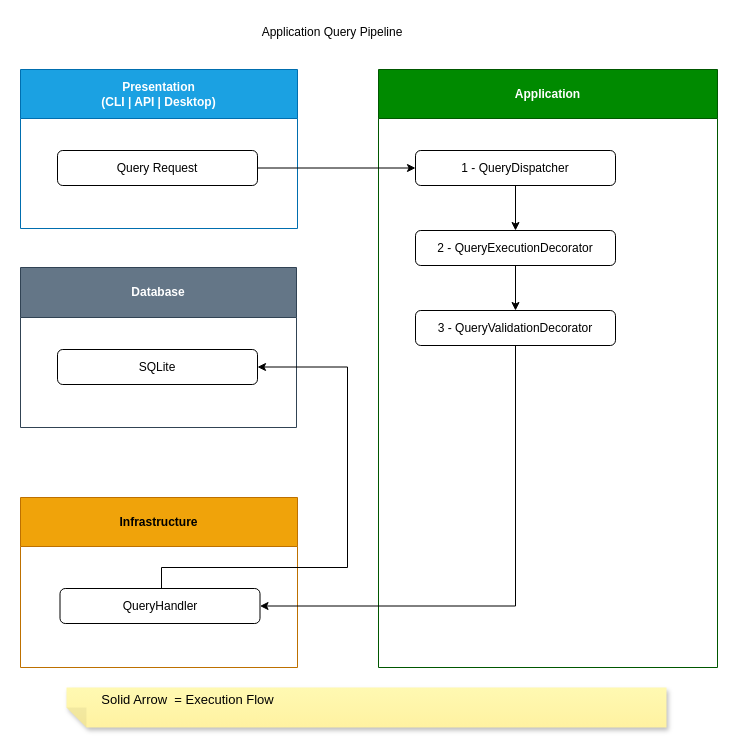
sergio-lopes-developer/whoami keeps this draw.io diagram as docs/application/application-query-pipeline.drawio. Above is the earlier version. Source tidied: cells renumbered, new cells numbered last; positions are measured from the earlier drawing's top-left corner, leaving out a move shared by most shapes. Both pictures are drawn from the tidied source at 100%, with x=0, y=0 at pixel (20, 17).
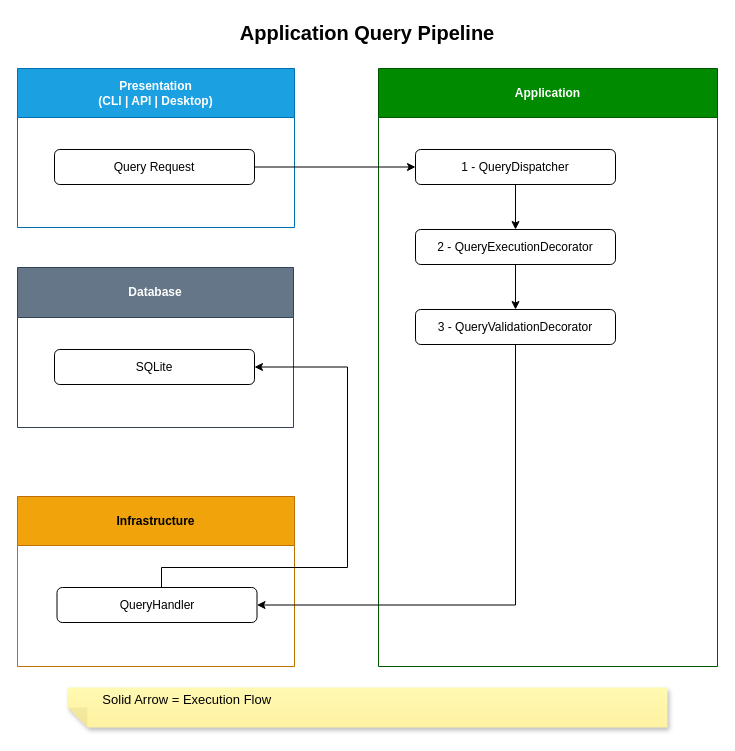
The same diagram, later.

Commit message (it also covers changes not shown here):
docs: fix diagram colors for GitHub dark mode

Diff of the diagram source:
```diff
@@
-    <mxCell id="2" value="Presentation&#10;(CLI | API | Desktop)" style="swimlane;whiteSpace=wrap;html=1;startSize=49;fillColor=#1ba1e2;strokeColor=#006EAF;fontColor=#ffffff;swimlaneFillColor=none;gradientColor=none;" parent="1" vertex="1">
-      <mxGeometry y="52" width="277" height="159" as="geometry" />
+    <mxCell id="2" value="Presentation&#10;(CLI | API | Desktop)" style="swimlane;whiteSpace=wrap;html=1;startSize=49;fillColor=#1ba1e2;strokeColor=#006EAF;fontColor=#ffffff;swimlaneFillColor=default;gradientColor=none;" parent="1" vertex="1">
+      <mxGeometry x="-3" y="51" width="277" height="159" as="geometry" />
     </mxCell>
@@
-    <mxCell id="4" value="&lt;div&gt;Application&lt;/div&gt;" style="swimlane;whiteSpace=wrap;html=1;startSize=49;fillColor=#008a00;strokeColor=#005700;fontColor=#ffffff;swimlaneFillColor=none;gradientColor=none;" parent="1" vertex="1">
-      <mxGeometry x="358" y="52" width="339" height="598" as="geometry" />
+    <mxCell id="4" value="&lt;div&gt;Application&lt;/div&gt;" style="swimlane;whiteSpace=wrap;html=1;startSize=49;fillColor=#008a00;strokeColor=#005700;fontColor=#ffffff;swimlaneFillColor=default;gradientColor=none;" parent="1" vertex="1">
+      <mxGeometry x="358" y="51" width="339" height="598" as="geometry" />
     </mxCell>
@@
-    <mxCell id="10" value="&lt;div&gt;Infrastructure&lt;/div&gt;" style="swimlane;whiteSpace=wrap;html=1;startSize=49;fillColor=#f0a30a;strokeColor=#BD7000;fontColor=#000000;swimlaneFillColor=none;" parent="1" vertex="1">
-      <mxGeometry y="480" width="277" height="170" as="geometry" />
+    <mxCell id="10" value="&lt;div&gt;Infrastructure&lt;/div&gt;" style="swimlane;whiteSpace=wrap;html=1;startSize=49;fillColor=#f0a30a;strokeColor=#BD7000;fontColor=#000000;swimlaneFillColor=default;" parent="1" vertex="1">
+      <mxGeometry x="-3" y="479" width="277" height="170" as="geometry" />
     </mxCell>
@@
-    <mxCell id="13" value="Application Query Pipeline" style="text;html=1;whiteSpace=wrap;strokeColor=none;fillColor=none;align=center;verticalAlign=middle;rounded=0;gradientColor=none;" parent="1" vertex="1">
-      <mxGeometry x="196" width="232" height="30" as="geometry" />
+    <mxCell id="13" value="Application Query Pipeline" style="text;html=1;whiteSpace=wrap;strokeColor=none;fillColor=none;align=center;verticalAlign=middle;rounded=0;gradientColor=none;fontSize=20;fontStyle=1;" parent="1" vertex="1">
+      <mxGeometry x="-3" width="700" height="30" as="geometry" />
     </mxCell>
-    <mxCell id="14" value="Database" style="swimlane;whiteSpace=wrap;html=1;fillColor=#647687;strokeColor=#314354;startSize=50;fontColor=#ffffff;swimlaneFillColor=none;gradientColor=none;" parent="1" vertex="1">
-      <mxGeometry y="250" width="276" height="160" as="geometry" />
+    <mxCell id="14" value="Database" style="swimlane;whiteSpace=wrap;html=1;fillColor=#647687;strokeColor=#314354;startSize=50;fontColor=#ffffff;swimlaneFillColor=default;gradientColor=none;" parent="1" vertex="1">
+      <mxGeometry x="-3" y="250" width="276" height="160" as="geometry" />
     </mxCell>
@@
-    <mxCell id="17" value="&lt;div style=&quot;&quot;&gt;&lt;span style=&quot;color: rgb(255, 255, 255); font-size: 12px; background-color: transparent;&quot;&gt;&amp;nbsp; &amp;nbsp; &amp;nbsp; &amp;nbsp; &amp;nbsp;&lt;/span&gt;&lt;span style=&quot;color: rgb(255, 255, 255); font-size: 12px; background-color: transparent;&quot;&gt;&amp;nbsp;&lt;/span&gt;&lt;span style=&quot;background-color: transparent; color: light-dark(rgb(0, 0, 0), rgb(237, 237, 237));&quot;&gt;Solid Arrow&amp;nbsp; = Execution Flow&lt;/span&gt;&lt;/div&gt;&lt;div style=&quot;&quot;&gt;&lt;br&gt;&lt;/div&gt;" style="shape=note;whiteSpace=wrap;html=1;backgroundOutline=1;autosizeText=1;fontColor=#000000;darkOpacity=0.05;fillColor=#FFF9B2;strokeColor=none;fillStyle=solid;fontSize=13;direction=west;gradientDirection=north;gradientColor=#FFF2A1;shadow=1;size=20;align=left;" parent="1" vertex="1">
-      <mxGeometry x="46" y="670" width="600" height="40" as="geometry" />
+    <mxCell id="17" value="&lt;div style=&quot;&quot;&gt;&lt;span style=&quot;color: rgb(255, 255, 255); font-size: 12px; background-color: transparent;&quot;&gt;&amp;nbsp; &amp;nbsp; &amp;nbsp; &amp;nbsp; &amp;nbsp;&lt;/span&gt;&lt;span style=&quot;color: rgb(255, 255, 255); font-size: 12px; background-color: transparent;&quot;&gt;&amp;nbsp;&lt;/span&gt;&lt;span style=&quot;background-color: transparent; color: light-dark(rgb(0, 0, 0), rgb(237, 237, 237));&quot;&gt;Solid Arrow = Execution Flow&lt;/span&gt;&lt;/div&gt;&lt;div style=&quot;&quot;&gt;&lt;br&gt;&lt;/div&gt;" style="shape=note;whiteSpace=wrap;html=1;backgroundOutline=1;autosizeText=1;fontColor=#000000;darkOpacity=0.05;fillColor=#FFF9B2;strokeColor=none;fillStyle=solid;fontSize=13;direction=west;gradientDirection=north;gradientColor=#FFF2A1;shadow=1;size=20;align=left;" parent="1" vertex="1">
+      <mxGeometry x="47" y="670" width="600" height="40" as="geometry" />
     </mxCell>
```
